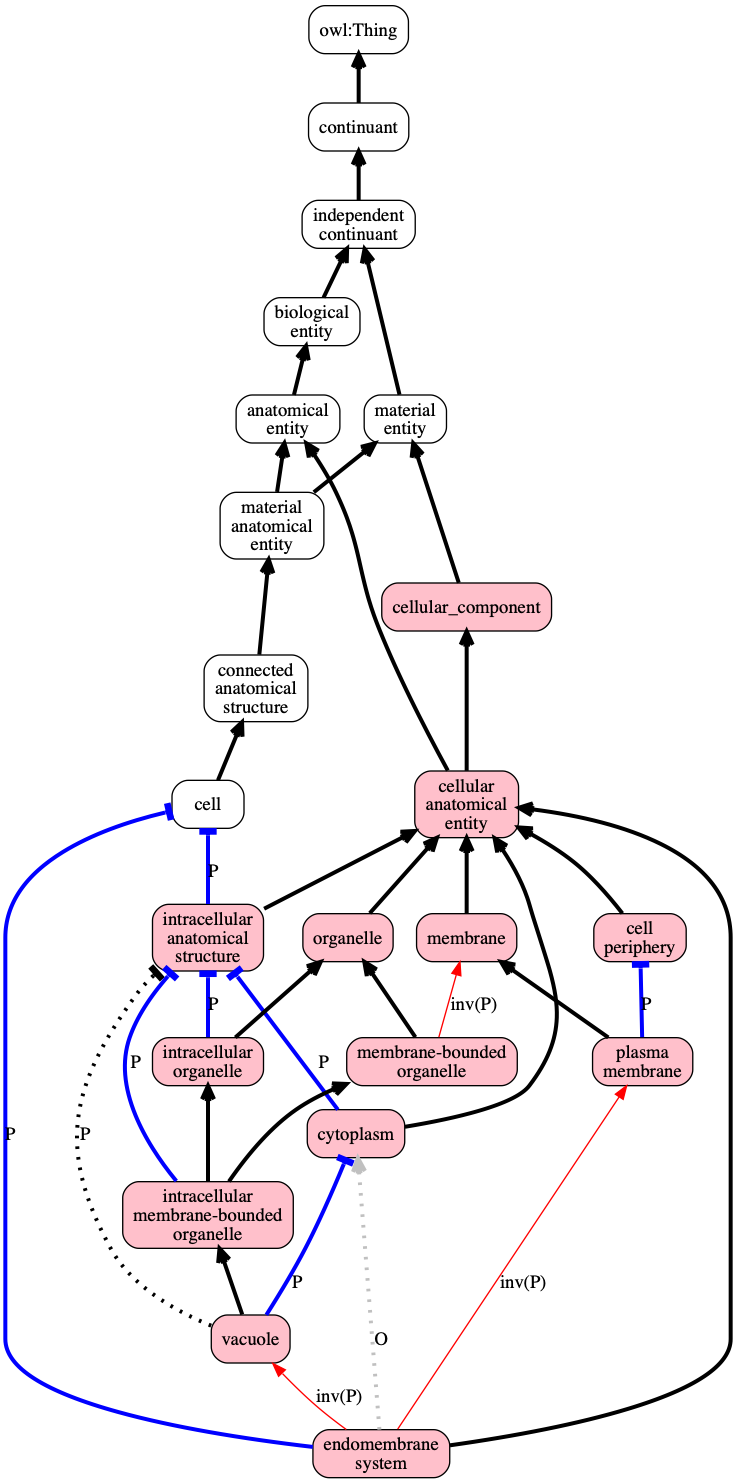
This is paper/endomembrane_system.png from INCATools/whelk, a Graphviz export, as it was before one commit. Its source is kept beside it as paper/endomembrane_system.dot.
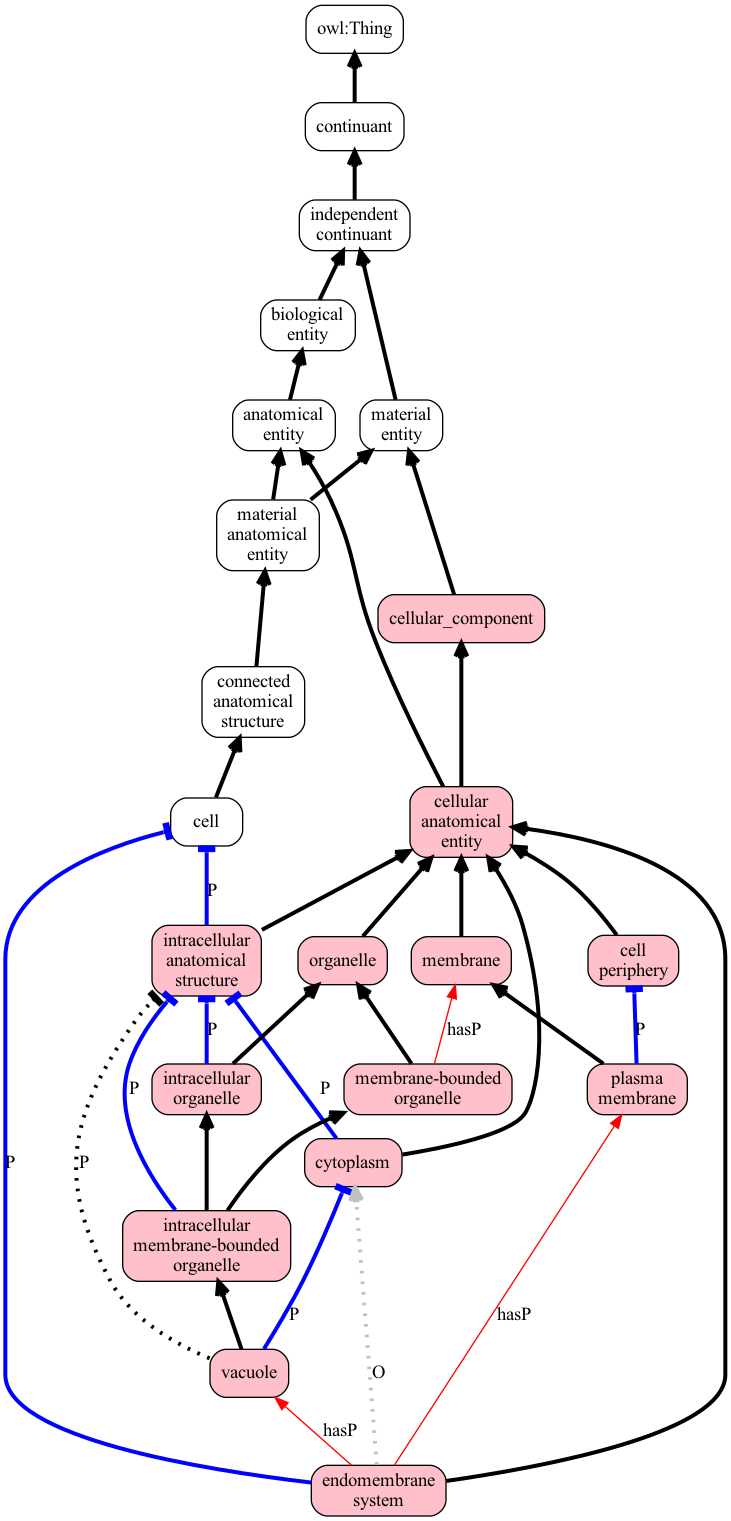
After the change.

Commit message:
regen-with-has-part-for-paper

Diff of the diagram source:
```diff
@@ -40,12 +40,12 @@
   GO_0005886 -> GO_0071944 [label="P",arrowhead=tee,color=blue,penwidth=3]
   GO_0005886 -> GO_0016020 [label="",color=black,penwidth=3,arrowhead=open]
   GO_0012505 -> CL_0000000 [label="P",arrowhead=tee,color=blue,penwidth=3]
-  GO_0012505 -> GO_0005773 [label="inv(P)",color=red]
-  GO_0012505 -> GO_0005886 [label="inv(P)",color=red]
+  GO_0012505 -> GO_0005773 [label="hasP",color=red]
+  GO_0012505 -> GO_0005886 [label="hasP",color=red]
   GO_0012505 -> GO_0110165 [label="",color=black,penwidth=3,arrowhead=open]
   GO_0016020 -> GO_0110165 [label="",color=black,penwidth=3,arrowhead=open]
   GO_0043226 -> GO_0110165 [label="",color=black,penwidth=3,arrowhead=open]
-  GO_0043227 -> GO_0016020 [label="inv(P)",color=red]
+  GO_0043227 -> GO_0016020 [label="hasP",color=red]
   GO_0043227 -> GO_0043226 [label="",color=black,penwidth=3,arrowhead=open]
   GO_0043229 -> GO_0005622 [label="P",arrowhead=tee,color=blue,penwidth=3]
   GO_0043229 -> GO_0043226 [label="",color=black,penwidth=3,arrowhead=open]
```
